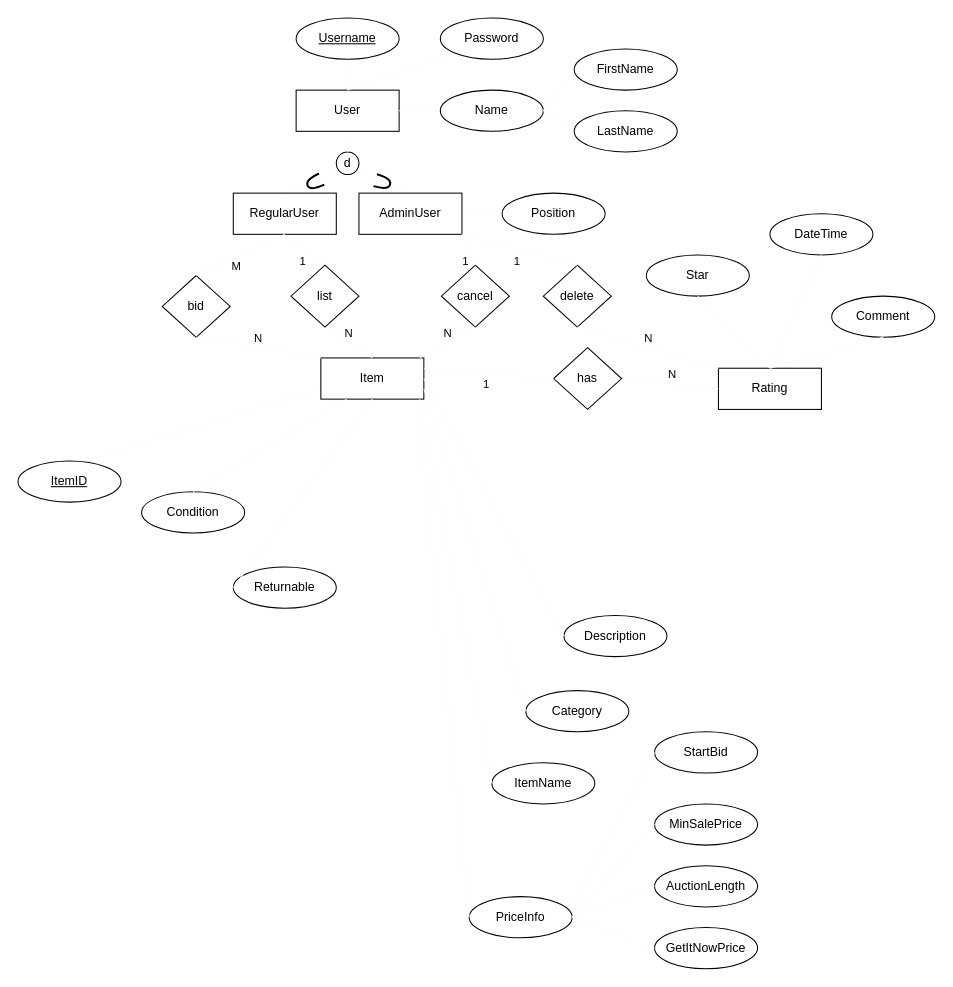
Before: Phase_1/EER/EER_SA_v1.drawio in leileili1010/Buzzbid, a draw.io diagram. Source tidied: cells renumbered, new cells numbered last; positions are measured from the earlier drawing's top-left corner, leaving out a move shared by most shapes. Both pictures are drawn from the tidied source at 103%, with x=0, y=0 at pixel (18, 18).
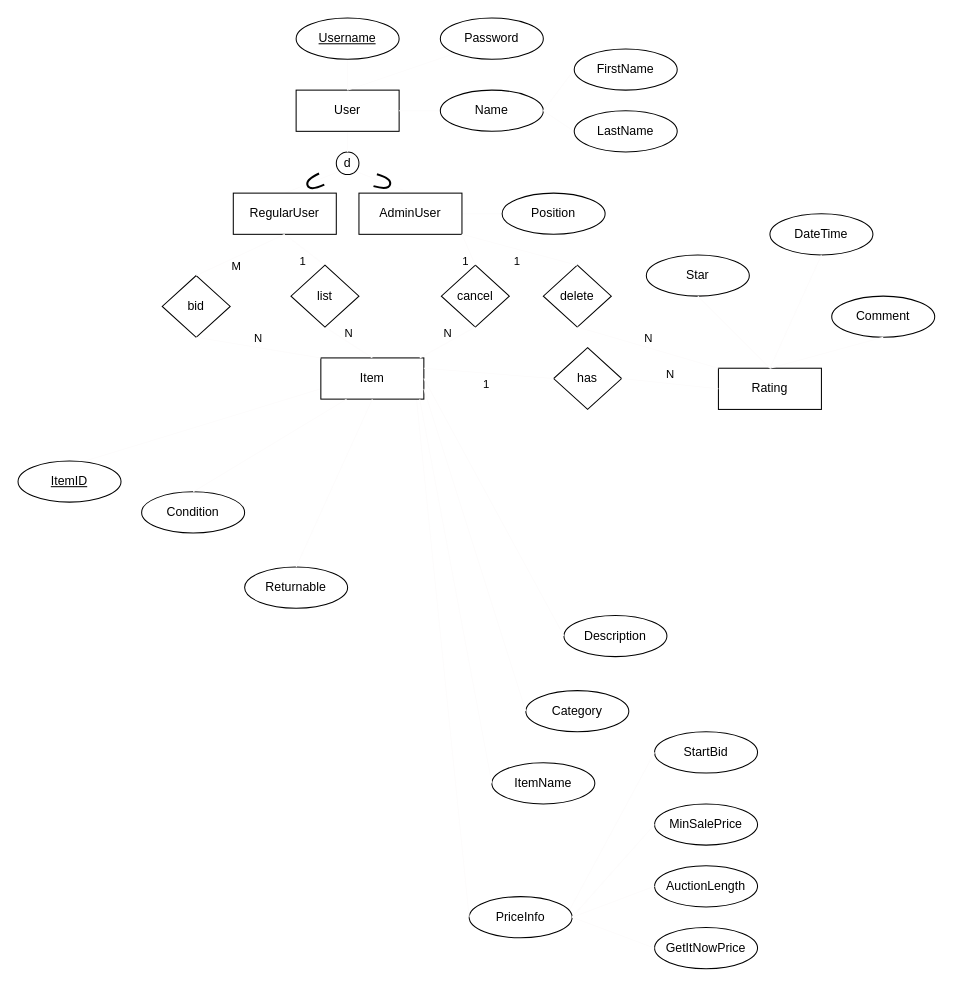
After the change.

Commit message:
Shiwen EER diamgram V1

The change refers to these unchanged cells:
```xml
<mxCell id="29" value="Item" style="whiteSpace=wrap;html=1;align=center;glass=0;sketch=0;strokeWidth=1;" parent="1" vertex="1">
  <mxGeometry x="294" y="330" width="100" height="40" as="geometry" />
</mxCell>
<mxCell id="55" value="Rating" style="whiteSpace=wrap;html=1;align=center;glass=0;sketch=0;strokeWidth=1;" parent="1" vertex="1">
  <mxGeometry x="680" y="340" width="100" height="40" as="geometry" />
</mxCell>
<mxCell id="56" value="has" style="shape=rhombus;perimeter=rhombusPerimeter;whiteSpace=wrap;html=1;align=center;glass=0;sketch=0;strokeWidth=1;" parent="1" vertex="1">
  <mxGeometry x="520" y="320" width="66" height="60" as="geometry" />
</mxCell>
```

The edit, as a diff of the source:
```diff
@@
     <mxCell id="24" value="Returnable" style="ellipse;whiteSpace=wrap;html=1;align=center;glass=0;sketch=0;strokeWidth=1;" parent="1" vertex="1">
-      <mxGeometry x="209" y="533" width="100" height="40" as="geometry" />
+      <mxGeometry x="220" y="533" width="100" height="40" as="geometry" />
     </mxCell>
@@
-    <mxCell id="48" style="edgeStyle=none;rounded=0;sketch=0;jumpStyle=none;jettySize=auto;html=1;exitX=0.5;exitY=1;exitDx=0;exitDy=0;entryX=0;entryY=0.5;entryDx=0;entryDy=0;shadow=0;labelBackgroundColor=none;endArrow=none;endFill=0;strokeColor=#fdfcfc;" parent="1" edge="1" source="29" target="24">
+    <mxCell id="48" style="edgeStyle=none;rounded=0;sketch=0;jumpStyle=none;jettySize=auto;html=1;exitX=0.5;exitY=1;exitDx=0;exitDy=0;entryX=0.5;entryY=0;entryDx=0;entryDy=0;shadow=0;labelBackgroundColor=none;endArrow=none;endFill=0;strokeColor=#fdfcfc;" parent="1" edge="1" source="29" target="24">
       <mxGeometry relative="1" as="geometry" />
     </mxCell>
@@
-    <mxCell id="58" value="N" style="edgeStyle=none;rounded=0;sketch=0;jumpStyle=none;jettySize=auto;html=1;exitX=0;exitY=0.5;exitDx=0;exitDy=0;shadow=0;labelBackgroundColor=none;endArrow=none;endFill=0;strokeColor=#fdfcfc;verticalAlign=bottom;" parent="1" edge="1" source="55">
-      <mxGeometry relative="1" as="geometry">
-        <mxPoint x="590" y="350" as="targetPoint" />
-      </mxGeometry>
+    <mxCell id="58" value="N" style="edgeStyle=none;rounded=0;sketch=0;jumpStyle=none;jettySize=auto;html=1;exitX=0;exitY=0.5;exitDx=0;exitDy=0;shadow=0;labelBackgroundColor=none;endArrow=none;endFill=0;strokeColor=#fdfcfc;verticalAlign=bottom;entryX=1;entryY=0.5;entryDx=0;entryDy=0;" parent="1" edge="1" source="55" target="56">
+      <mxGeometry relative="1" as="geometry" />
     </mxCell>
```
